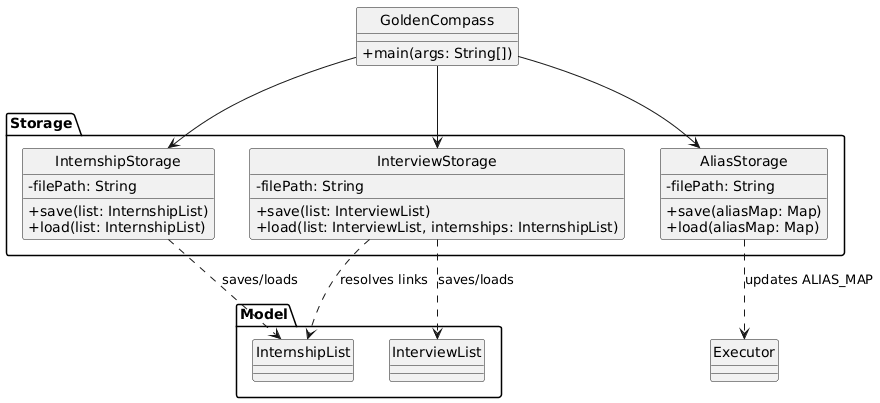
Above: docs/diagrams/StorageClassDiagram.png in the-RoaringCat/tp (PlantUML), before the change.
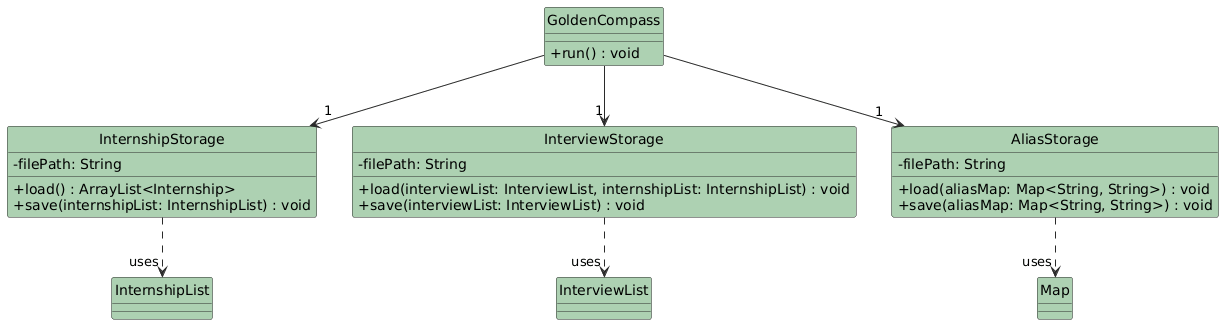
After the change.

What changed in the source:
```diff
@@ -1,39 +1,39 @@
 @startuml
+hide circle
 skinparam classAttributeIconSize 0
-hide circle
-
-package "Storage" {
-    class InternshipStorage {
-        - filePath: String
-        + save(list: InternshipList)
-        + load(list: InternshipList)
-    }
-    class InterviewStorage {
-        - filePath: String
-        + save(list: InterviewList)
-        + load(list: InterviewList, internships: InternshipList)
-    }
-    class AliasStorage {
-        - filePath: String
-        + save(aliasMap: Map)
-        + load(aliasMap: Map)
-    }
-}
-
-package "Model" {
-    class InternshipList
-    class InterviewList
+skinparam class {
+    BackgroundColor #ADD1B2
+    ArrowColor #2A2A2A
+    BorderColor #2A2A2A
 }
 
 class GoldenCompass {
-    + main(args: String[])
+  + run() : void
 }
 
-GoldenCompass --> InternshipStorage
-GoldenCompass --> InterviewStorage
-GoldenCompass --> AliasStorage
-InternshipStorage ..> InternshipList : saves/loads
-InterviewStorage ..> InterviewList : saves/loads
-InterviewStorage ..> InternshipList : resolves links
-AliasStorage ..> "Executor" : updates ALIAS_MAP
-@endum
+class InternshipStorage {
+  - filePath: String
+  + load() : ArrayList<Internship>
+  + save(internshipList: InternshipList) : void
+}
+
+class InterviewStorage {
+  - filePath: String
+  + load(interviewList: InterviewList, internshipList: InternshipList) : void
+  + save(interviewList: InterviewList) : void
+}
+
+class AliasStorage {
+  - filePath: String
+  + load(aliasMap: Map<String, String>) : void
+  + save(aliasMap: Map<String, String>) : void
+}
+
+GoldenCompass --> "1" InternshipStorage
+GoldenCompass --> "1" InterviewStorage
+GoldenCompass --> "1" AliasStorage
+
+InternshipStorage ..> "uses" InternshipList
+InterviewStorage ..> "uses" InterviewList
+AliasStorage ..> "uses" Map
+@enduml
```
